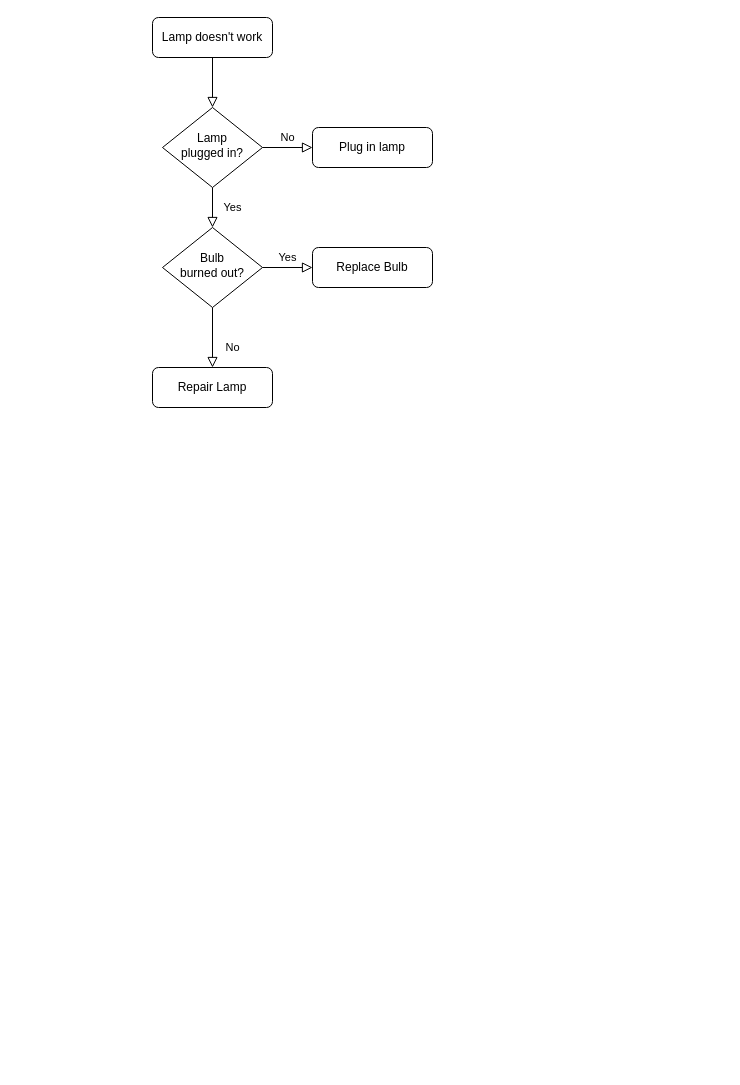
Above: 未命名绘图.drawio in hongNianYS/gameBox (draw.io), before the change. Source tidied: cells renumbered, new cells numbered last; positions are measured from the earlier drawing's top-left corner, leaving out a move shared by most shapes. Both pictures are drawn from the tidied source at 100%, with x=0, y=0 at pixel (152, 17).
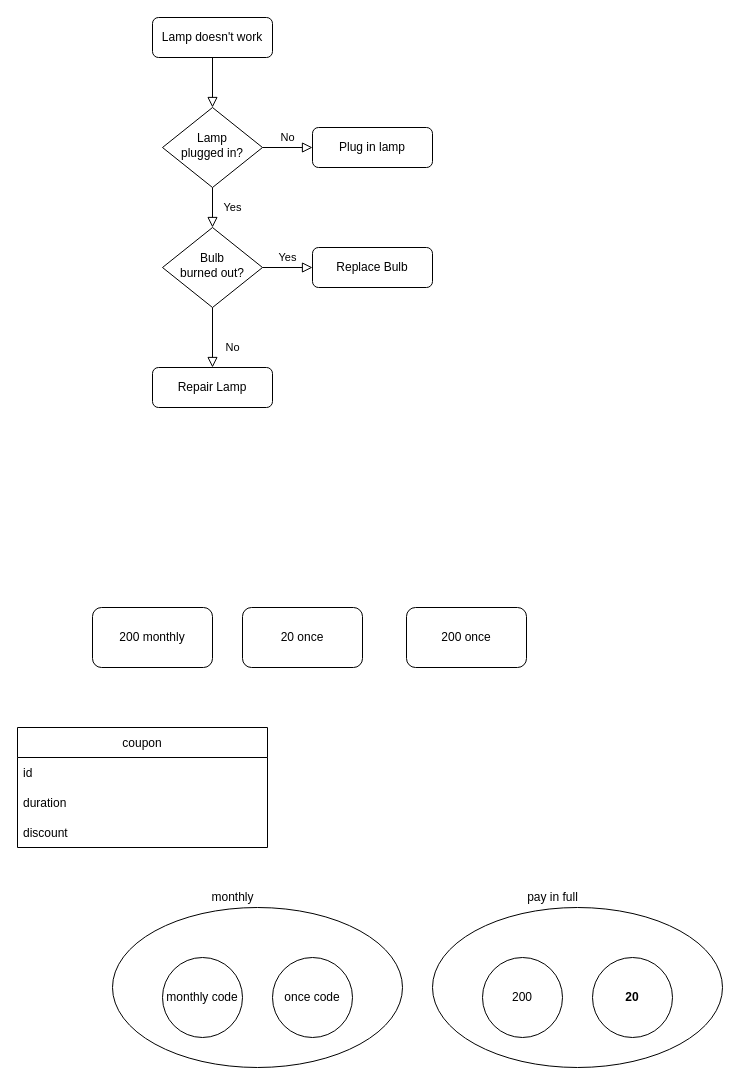
The same page after the edit.

Commit message:
更新未命名绘图.drawio

What changed in the source:
```diff
@@
+    <mxCell id="13" value="200 monthly" style="rounded=1;whiteSpace=wrap;html=1;" parent="1" vertex="1">
+      <mxGeometry x="-60" y="590" width="120" height="60" as="geometry" />
+    </mxCell>
+    <mxCell id="14" value="20 once" style="rounded=1;whiteSpace=wrap;html=1;" parent="1" vertex="1">
+      <mxGeometry x="90" y="590" width="120" height="60" as="geometry" />
+    </mxCell>
+    <mxCell id="15" value="200 once" style="rounded=1;whiteSpace=wrap;html=1;" parent="1" vertex="1">
+      <mxGeometry x="254" y="590" width="120" height="60" as="geometry" />
+    </mxCell>
+    <mxCell id="16" value="coupon" style="swimlane;fontStyle=0;horizontal=1;startSize=30;" parent="1" vertex="1">
+      <mxGeometry x="-135" y="710" width="250" height="120" as="geometry" />
+    </mxCell>
+    <mxCell id="17" value="id" style="text;strokeColor=none;fillColor=none;align=left;verticalAlign=middle;spacingLeft=4;spacingRight=4;overflow=hidden;" parent="16" vertex="1">
+      <mxGeometry y="30" width="250" height="30" as="geometry" />
+    </mxCell>
+    <mxCell id="18" value="duration" style="text;strokeColor=none;fillColor=none;align=left;verticalAlign=middle;spacingLeft=4;spacingRight=4;overflow=hidden;" parent="16" vertex="1">
+      <mxGeometry y="60" width="250" height="30" as="geometry" />
+    </mxCell>
+    <mxCell id="19" value="discount" style="text;strokeColor=none;fillColor=none;align=left;verticalAlign=middle;spacingLeft=4;spacingRight=4;overflow=hidden;" parent="16" vertex="1">
+      <mxGeometry y="90" width="250" height="30" as="geometry" />
+    </mxCell>
+    <mxCell id="20" style="ellipse;whiteSpace=wrap;html=1;" parent="1" vertex="1">
+      <mxGeometry x="-40" y="890" width="290" height="160" as="geometry" />
+    </mxCell>
+    <mxCell id="21" value="monthly code" style="ellipse;whiteSpace=wrap;html=1;" parent="1" vertex="1">
+      <mxGeometry x="10" y="940" width="80" height="80" as="geometry" />
+    </mxCell>
+    <mxCell id="22" value="once code" style="ellipse;whiteSpace=wrap;html=1;" parent="1" vertex="1">
+      <mxGeometry x="120" y="940" width="80" height="80" as="geometry" />
+    </mxCell>
+    <mxCell id="23" value="monthly" style="text;html=1;align=center;verticalAlign=middle;strokeColor=none;fillColor=none;" parent="1" vertex="1">
+      <mxGeometry x="45" y="865" width="70" height="30" as="geometry" />
+    </mxCell>
+    <mxCell id="24" style="ellipse;whiteSpace=wrap;html=1;" parent="1" vertex="1">
+      <mxGeometry x="280" y="890" width="290" height="160" as="geometry" />
+    </mxCell>
+    <mxCell id="25" value="20" style="ellipse;whiteSpace=wrap;html=1;fontStyle=1;" parent="1" vertex="1">
+      <mxGeometry x="440" y="940" width="80" height="80" as="geometry" />
+    </mxCell>
+    <mxCell id="26" value="200" style="ellipse;whiteSpace=wrap;html=1;" parent="1" vertex="1">
+      <mxGeometry x="330" y="940" width="80" height="80" as="geometry" />
+    </mxCell>
+    <mxCell id="27" value="pay in full" style="text;html=1;align=center;verticalAlign=middle;strokeColor=none;fillColor=none;" parent="1" vertex="1">
+      <mxGeometry x="365" y="865" width="70" height="30" as="geometry" />
+    </mxCell>
```
